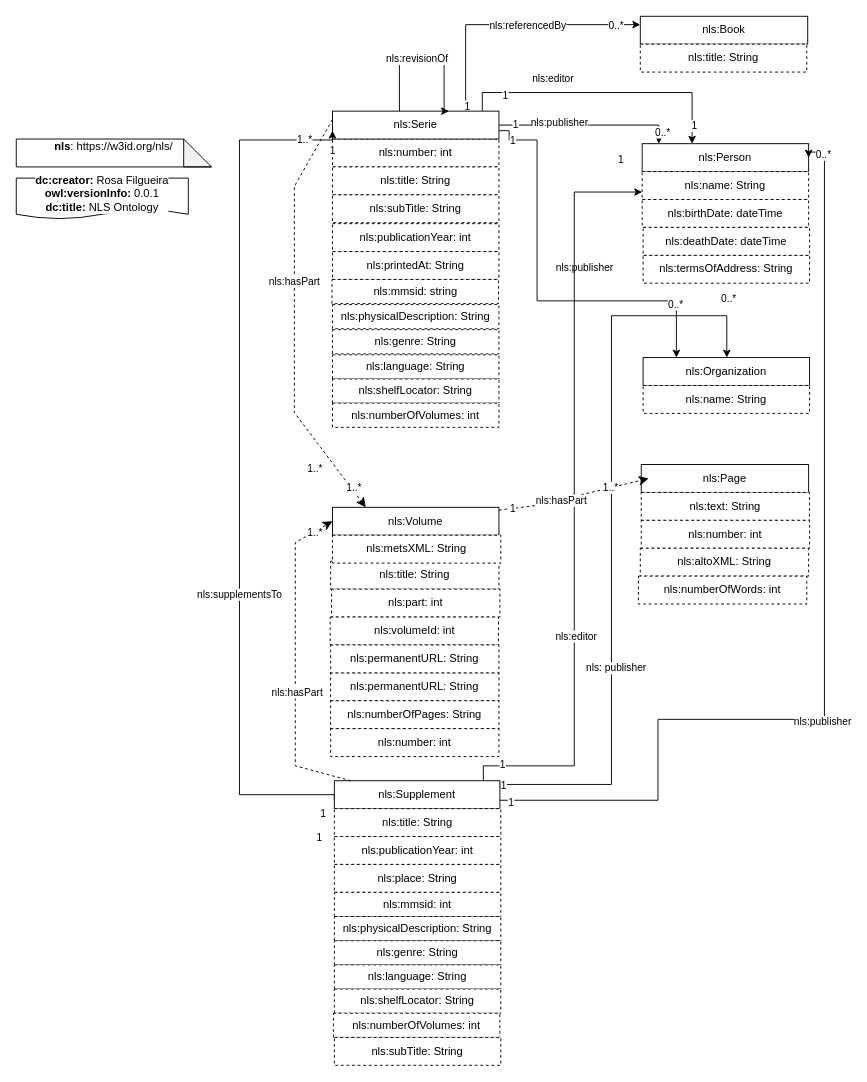
Earlier version of the draw.io diagram nls.drawio (francesNLP/NLS-ontology). Source tidied: cells renumbered, new cells numbered last; positions are measured from the earlier drawing's top-left corner, leaving out a move shared by most shapes. Both pictures are drawn from the tidied source at 93%, with x=0, y=0 at pixel (16, 16).
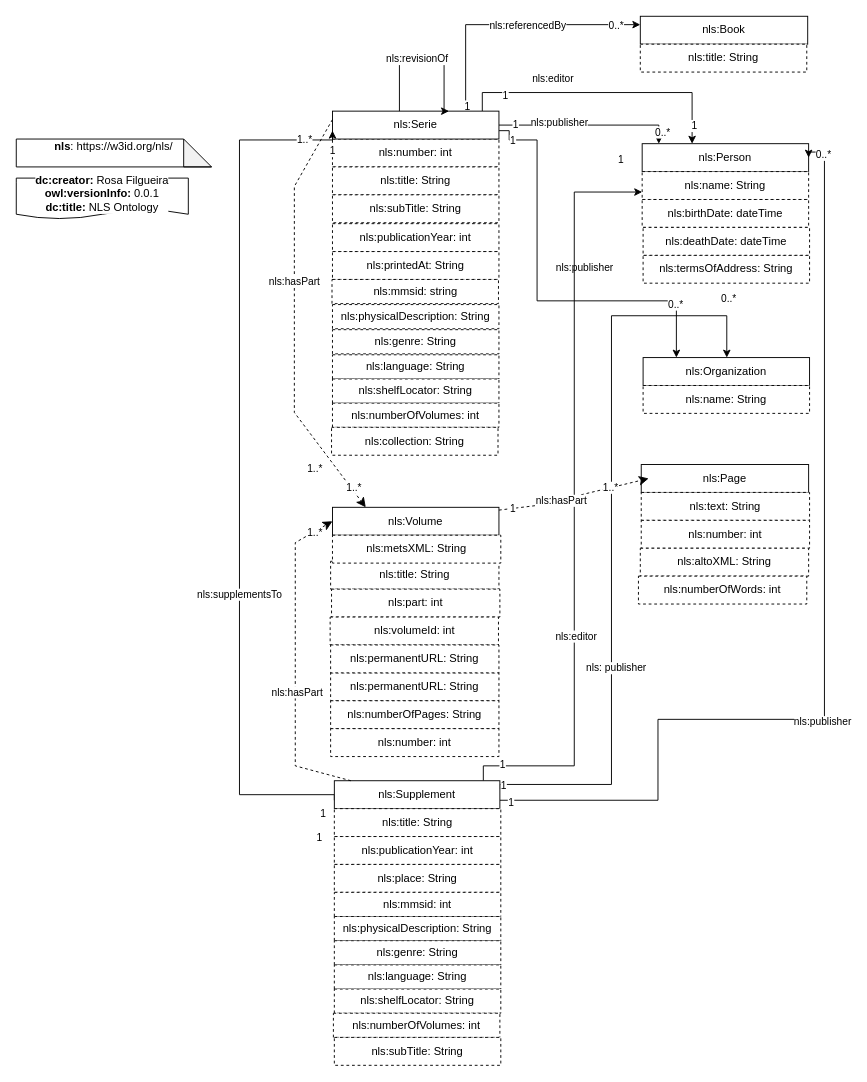
After the change.

Diff of the diagram source:
```diff
@@
+    <mxCell id="96" value="nls:collection: String" style="rounded=0;whiteSpace=wrap;html=1;dashed=1;" parent="1" vertex="1">
+      <mxGeometry x="339" y="442" width="179" height="30" as="geometry" />
+    </mxCell>
```
